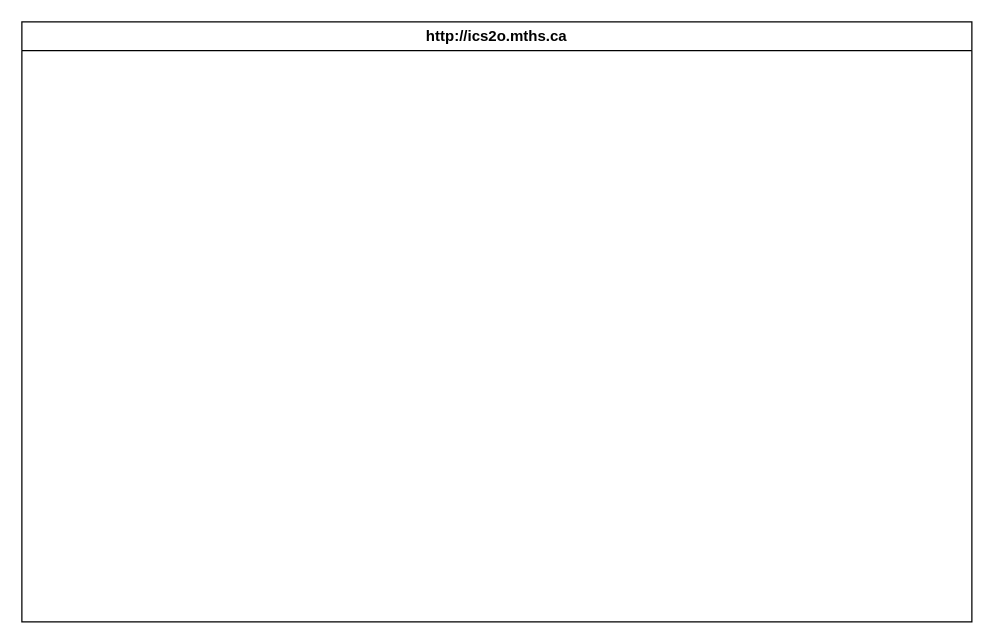
Earlier version of the draw.io diagram design/storyboard.drawio (MTHS-ICD2O-1-2023/ICD2O-Unit-5-07-Adam-Batiuk). Source tidied: cells renumbered, new cells numbered last; positions are measured from the earlier drawing's top-left corner, leaving out a move shared by most shapes. Both pictures are drawn from the tidied source at 125%, with x=0, y=0 at pixel (21, 21).
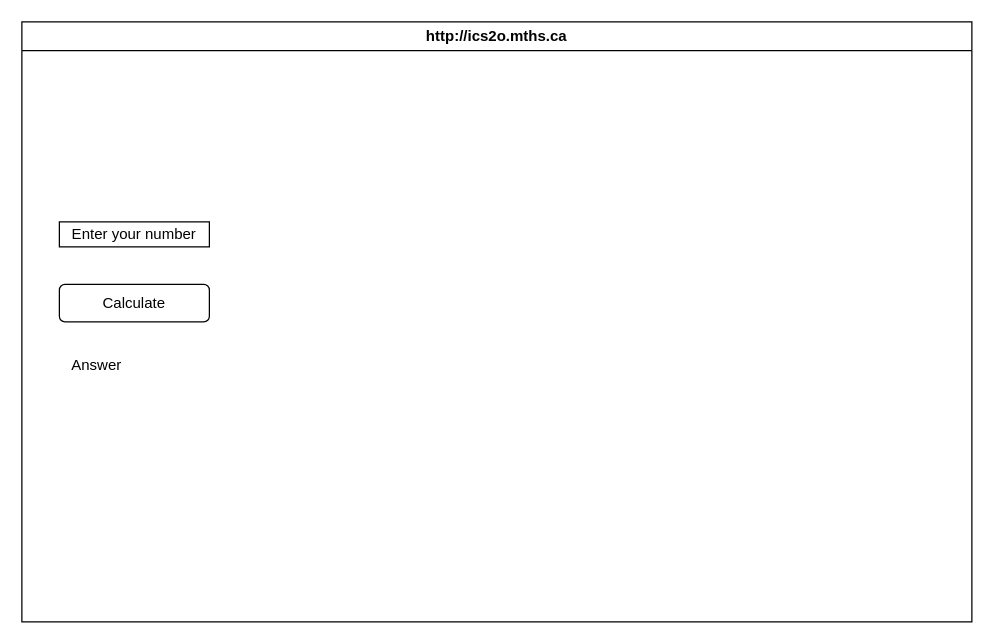
The same diagram, later.

Change to the diagram source:
```diff
@@
 <mxGraphModel>
   <root>
     <mxCell id="0" />
     <mxCell id="1" parent="0" />
     <mxCell id="2" value="http://ics2o.mths.ca" style="swimlane;whiteSpace=wrap;html=1;" parent="1" vertex="1">
       <mxGeometry width="760" height="480" as="geometry" />
     </mxCell>
+    <mxCell id="3" value="Enter your number" style="rounded=0;whiteSpace=wrap;html=1;" parent="2" vertex="1">
+      <mxGeometry x="30" y="160" width="120" height="20" as="geometry" />
+    </mxCell>
+    <mxCell id="4" value="Calculate" style="rounded=1;whiteSpace=wrap;html=1;" parent="2" vertex="1">
+      <mxGeometry x="30" y="210" width="120" height="30" as="geometry" />
+    </mxCell>
+    <mxCell id="5" value="Answer" style="text;html=1;strokeColor=none;fillColor=none;align=center;verticalAlign=middle;whiteSpace=wrap;rounded=0;" parent="2" vertex="1">
+      <mxGeometry x="30" y="260" width="60" height="30" as="geometry" />
+    </mxCell>
   </root>
 </mxGraphModel>
```
